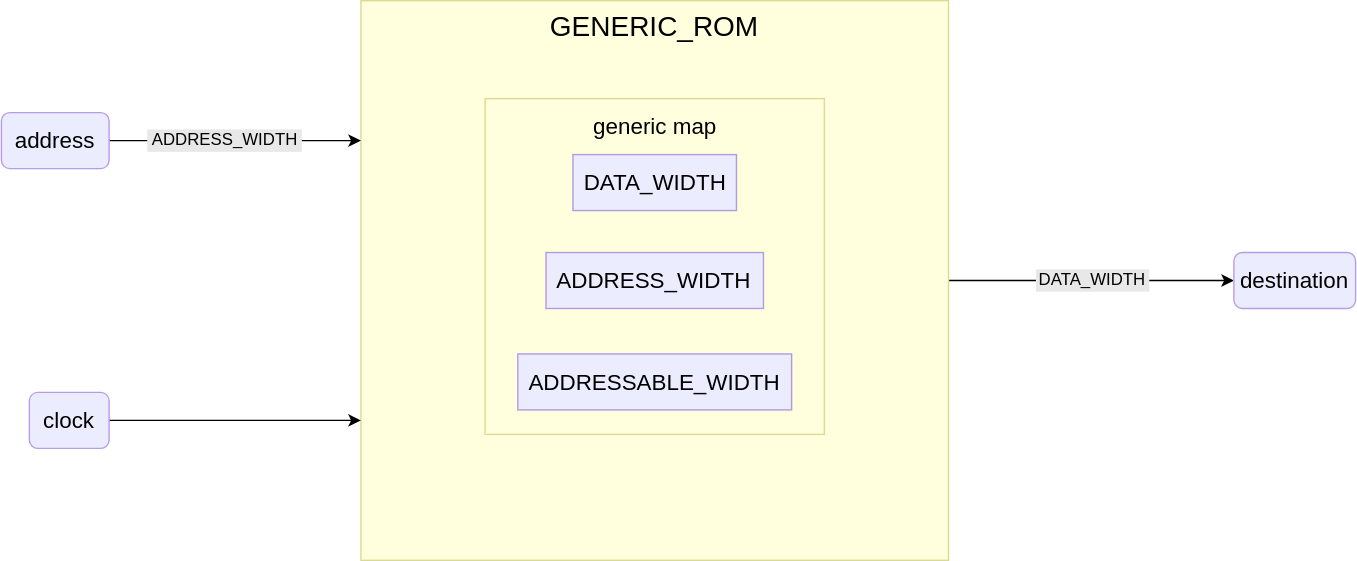
Before: public/images/reference/report_components/generic_rom.drawio.svg, a diagram exported from draw.io (insper-riscv/docs). Source tidied: cells renumbered, new cells last; positions are measured from the earlier drawing's top-left corner, leaving out a move shared by most shapes.
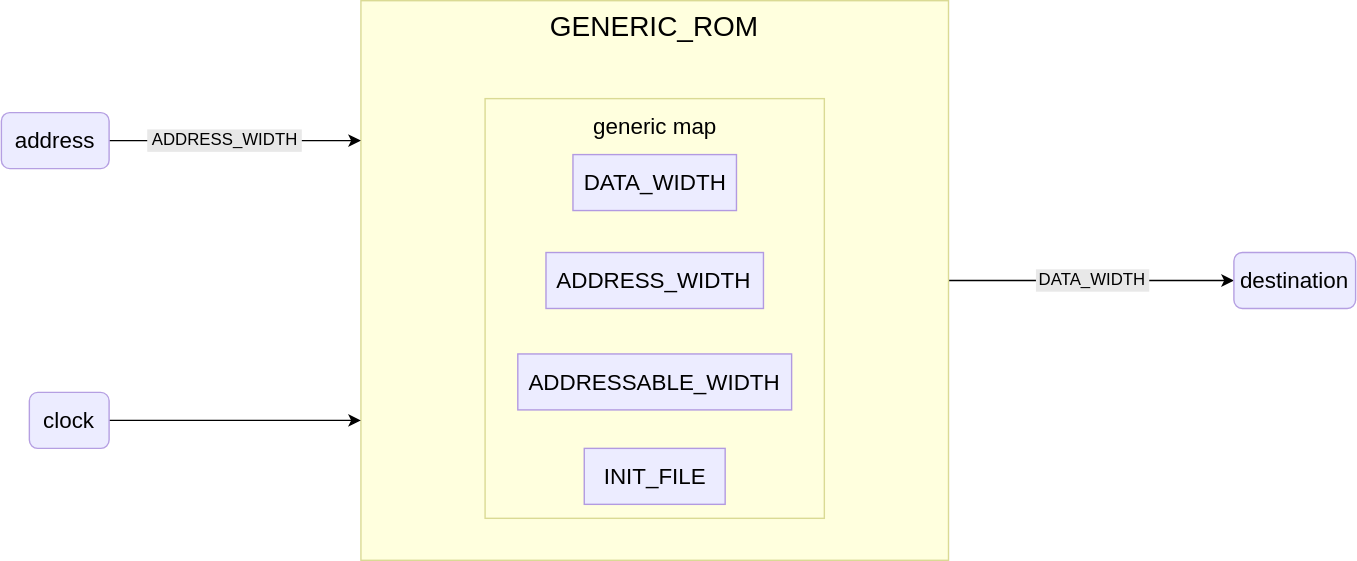
The same diagram one commit later.

The edit, as a diff of the source:
```diff
@@ -9,7 +9,7 @@
       <mxGeometry x="257" width="420" height="400" as="geometry" />
     </mxCell>
     <mxCell id="4" value="&lt;span style=&quot;font-size: 16px;&quot;&gt;generic map&lt;/span&gt;" style="rounded=0;whiteSpace=wrap;html=1;fillColor=#ffffde;strokeColor=#dada94;verticalAlign=top;fontSize=20;" parent="1" vertex="1">
-      <mxGeometry x="345.8" y="70" width="242.5" height="240" as="geometry" />
+      <mxGeometry x="345.8" y="70" width="242.5" height="300" as="geometry" />
     </mxCell>
     <mxCell id="5" value="DATA_WIDTH" style="rounded=0;whiteSpace=wrap;html=1;fillColor=#ececff;strokeColor=#b29ae1;fontSize=16;" parent="1" vertex="1">
       <mxGeometry x="408.6" y="110" width="116.9" height="40" as="geometry" />
@@ -44,5 +44,8 @@
     <mxCell id="15" style="edgeStyle=orthogonalEdgeStyle;rounded=0;orthogonalLoop=1;jettySize=auto;html=1;exitX=0.5;exitY=1;exitDx=0;exitDy=0;" parent="1" edge="1" source="14" target="14">
       <mxGeometry relative="1" as="geometry" />
     </mxCell>
+    <mxCell id="16" value="INIT_FILE" style="rounded=0;whiteSpace=wrap;html=1;fillColor=#ececff;strokeColor=#b29ae1;fontSize=16;" parent="1" vertex="1">
+      <mxGeometry x="416.6" y="320" width="100.7" height="40" as="geometry" />
+    </mxCell>
   </root>
 </mxGraphModel>
```
